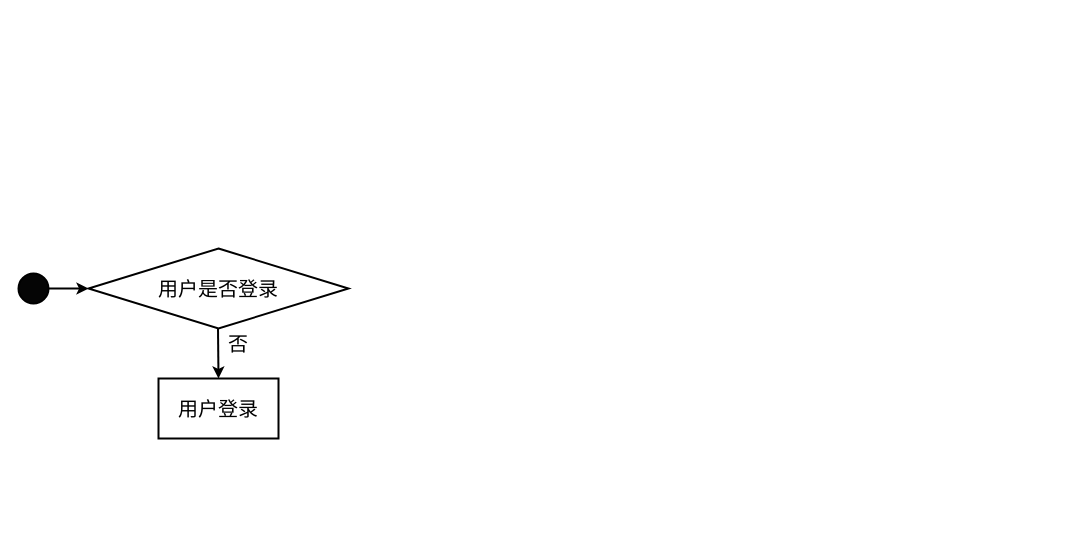
Earlier version of the draw.io diagram 2024-BUAA-SE/需求规格书/成果交互模块-业务流程.drawio (jongsh/drawio). Source tidied: cells renumbered, new cells numbered last; positions are measured from the earlier drawing's top-left corner, leaving out a move shared by most shapes. Both pictures are drawn from the tidied source at 100%, with x=0, y=0 at pixel (18, 248).
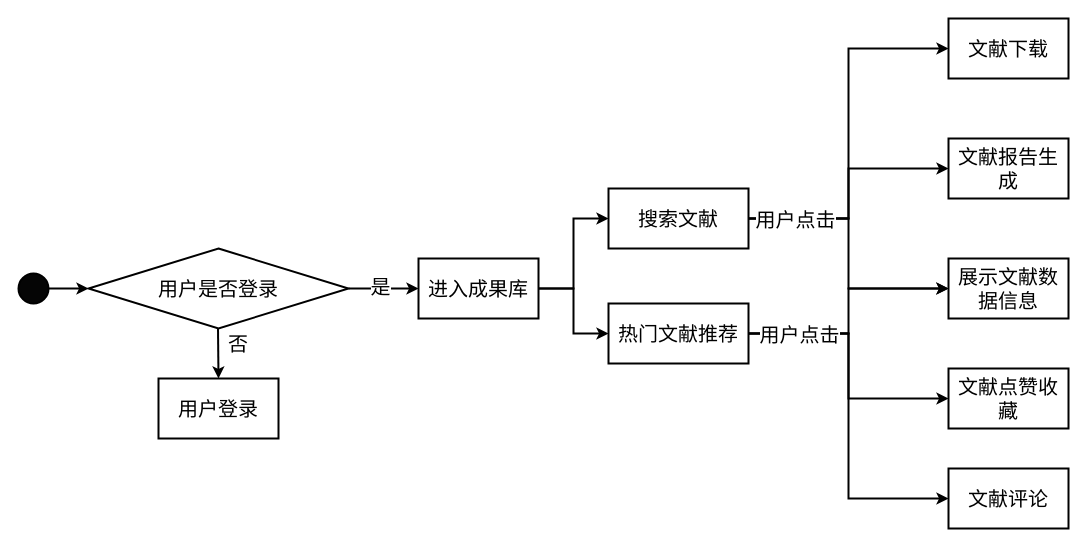
Above is the later version.

Commit message (it also covers changes not shown here):
更新成果交互模块-业务流程.drawio

What changed in the source:
```diff
@@
-    <mxCell id="2" style="ellipse;whiteSpace=wrap;html=1;fillColor=#050505;strokeWidth=2;" parent="1" vertex="1">
+    <mxCell id="2" style="ellipse;whiteSpace=wrap;html=1;fillColor=#050505;strokeWidth=2;fontSize=20;" parent="1" vertex="1">
       <mxGeometry y="25" width="30" height="30" as="geometry" />
     </mxCell>
+    <mxCell id="9" style="edgeStyle=orthogonalEdgeStyle;rounded=0;jettySize=auto;html=1;exitX=1;exitY=0.5;exitDx=0;exitDy=0;entryX=0;entryY=0.5;entryDx=0;entryDy=0;strokeWidth=2;fontSize=20;" parent="1" edge="1" source="3" target="13">
+      <mxGeometry relative="1" as="geometry" />
+    </mxCell>
+    <mxCell id="10" value="&lt;font style=&quot;font-size: 20px;&quot;&gt;是&lt;/font&gt;" style="edgeLabel;html=1;align=center;verticalAlign=middle;fontSize=20;" parent="9" vertex="1">
+      <mxGeometry x="-0.08" y="3" relative="1" as="geometry">
+        <mxPoint x="-1" as="offset" />
+      </mxGeometry>
+    </mxCell>
-    <mxCell id="3" value="&lt;font style=&quot;font-size: 20px;&quot;&gt;用户是否登录&lt;/font&gt;" style="rhombus;whiteSpace=wrap;html=1;strokeWidth=2;" parent="1" vertex="1">
+    <mxCell id="3" value="&lt;font style=&quot;font-size: 20px;&quot;&gt;用户是否登录&lt;/font&gt;" style="rhombus;whiteSpace=wrap;html=1;strokeWidth=2;fontSize=20;" parent="1" vertex="1">
       <mxGeometry x="70" width="260" height="80" as="geometry" />
     </mxCell>
-    <mxCell id="4" style="group;strokeWidth=2;" parent="1" vertex="1">
+    <mxCell id="4" style="group;strokeWidth=2;fontSize=20;" parent="1" vertex="1">
       <mxGeometry x="140" y="130" width="120" height="60" as="geometry" />
     </mxCell>
-    <mxCell id="5" value="&lt;font style=&quot;font-size: 20px;&quot;&gt;用户登录&lt;/font&gt;" style="rounded=0;whiteSpace=wrap;html=1;strokeWidth=2;" parent="4" vertex="1">
+    <mxCell id="5" value="&lt;font style=&quot;font-size: 20px;&quot;&gt;用户登录&lt;/font&gt;" style="rounded=0;whiteSpace=wrap;html=1;strokeWidth=2;fontSize=20;" parent="4" vertex="1">
       <mxGeometry width="120" height="60" as="geometry" />
     </mxCell>
-    <mxCell id="6" style="endArrow=classic;html=1;rounded=0;entryX=0.5;entryY=0;entryDx=0;entryDy=0;strokeWidth=2;" parent="1" edge="1" target="5">
+    <mxCell id="6" style="endArrow=classic;html=1;rounded=0;entryX=0.5;entryY=0;entryDx=0;entryDy=0;strokeWidth=2;fontSize=20;" parent="1" edge="1" target="5">
       <mxGeometry relative="1" as="geometry">
         <mxPoint x="199.5" y="80" as="sourcePoint" />
       </mxGeometry>
     </mxCell>
-    <mxCell id="7" value="&lt;font style=&quot;font-size: 20px;&quot;&gt;否&lt;/font&gt;" style="text;html=1;align=center;verticalAlign=middle;whiteSpace=wrap;rounded=0;strokeWidth=2;" parent="1" vertex="1">
+    <mxCell id="7" value="&lt;font style=&quot;font-size: 20px;&quot;&gt;否&lt;/font&gt;" style="text;html=1;align=center;verticalAlign=middle;whiteSpace=wrap;rounded=0;strokeWidth=2;fontSize=20;" parent="1" vertex="1">
       <mxGeometry x="189.5" y="80" width="60" height="30" as="geometry" />
     </mxCell>
-    <mxCell id="8" style="endArrow=classic;html=1;rounded=0;exitX=1;exitY=0.5;exitDx=0;exitDy=0;entryX=0;entryY=0.5;entryDx=0;entryDy=0;strokeWidth=2;" parent="1" edge="1" source="2" target="3">
+    <mxCell id="8" style="endArrow=classic;html=1;rounded=0;exitX=1;exitY=0.5;exitDx=0;exitDy=0;entryX=0;entryY=0.5;entryDx=0;entryDy=0;strokeWidth=2;fontSize=20;" parent="1" edge="1" source="2" target="3">
       <mxGeometry relative="1" as="geometry" />
     </mxCell>
+    <mxCell id="11" style="edgeStyle=orthogonalEdgeStyle;rounded=0;jettySize=auto;html=1;exitX=1;exitY=0.5;exitDx=0;exitDy=0;entryX=0;entryY=0.5;entryDx=0;entryDy=0;strokeWidth=2;fontSize=20;" parent="1" edge="1" source="13" target="19">
+      <mxGeometry relative="1" as="geometry" />
+    </mxCell>
+    <mxCell id="12" style="edgeStyle=orthogonalEdgeStyle;rounded=0;jettySize=auto;html=1;exitX=1;exitY=0.5;exitDx=0;exitDy=0;entryX=0;entryY=0.5;entryDx=0;entryDy=0;strokeWidth=2;fontSize=20;" parent="1" edge="1" source="13" target="28">
+      <mxGeometry relative="1" as="geometry" />
+    </mxCell>
+    <mxCell id="13" value="进入成果库" style="rounded=0;whiteSpace=wrap;html=1;strokeWidth=2;fontSize=20;" parent="1" vertex="1">
+      <mxGeometry x="400" y="10" width="120" height="60" as="geometry" />
+    </mxCell>
+    <mxCell id="14" value="展示文献数据信息" style="rounded=0;whiteSpace=wrap;html=1;strokeWidth=2;fontSize=20;" parent="1" vertex="1">
+      <mxGeometry x="930" y="10" width="120" height="60" as="geometry" />
+    </mxCell>
+    <mxCell id="15" style="edgeStyle=orthogonalEdgeStyle;rounded=0;jettySize=auto;html=1;exitX=1;exitY=0.5;exitDx=0;exitDy=0;entryX=0;entryY=0.5;entryDx=0;entryDy=0;strokeWidth=2;fontSize=20;" parent="1" edge="1" source="19" target="20">
+      <mxGeometry relative="1" as="geometry" />
+    </mxCell>
+    <mxCell id="16" style="edgeStyle=orthogonalEdgeStyle;rounded=0;jettySize=auto;html=1;exitX=1;exitY=0.5;exitDx=0;exitDy=0;entryX=0;entryY=0.5;entryDx=0;entryDy=0;strokeWidth=2;fontSize=20;" parent="1" edge="1" source="19" target="14">
+      <mxGeometry relative="1" as="geometry" />
+    </mxCell>
+    <mxCell id="17" style="edgeStyle=orthogonalEdgeStyle;rounded=0;jettySize=auto;html=1;exitX=1;exitY=0.5;exitDx=0;exitDy=0;entryX=0;entryY=0.5;entryDx=0;entryDy=0;strokeWidth=2;fontSize=20;" parent="1" edge="1" source="19" target="21">
+      <mxGeometry relative="1" as="geometry" />
+    </mxCell>
+    <mxCell id="18" value="用户点击" style="edgeLabel;html=1;align=center;verticalAlign=middle;fontSize=20;" parent="17" vertex="1">
+      <mxGeometry x="-0.75" relative="1" as="geometry" />
+    </mxCell>
+    <mxCell id="19" value="搜索文献" style="rounded=0;whiteSpace=wrap;html=1;strokeWidth=2;fontSize=20;" parent="1" vertex="1">
+      <mxGeometry x="590" y="-60" width="140" height="60" as="geometry" />
+    </mxCell>
+    <mxCell id="20" value="文献报告生成" style="rounded=0;whiteSpace=wrap;html=1;strokeWidth=2;fontSize=20;" parent="1" vertex="1">
+      <mxGeometry x="930" y="-110" width="120" height="60" as="geometry" />
+    </mxCell>
+    <mxCell id="21" value="文献下载" style="rounded=0;whiteSpace=wrap;html=1;strokeWidth=2;fontSize=20;" parent="1" vertex="1">
+      <mxGeometry x="930" y="-230" width="120" height="60" as="geometry" />
+    </mxCell>
+    <mxCell id="22" value="文献点赞收藏" style="rounded=0;whiteSpace=wrap;html=1;strokeWidth=2;fontSize=20;" parent="1" vertex="1">
+      <mxGeometry x="930" y="120" width="120" height="60" as="geometry" />
+    </mxCell>
+    <mxCell id="23" value="文献评论" style="rounded=0;whiteSpace=wrap;html=1;strokeWidth=2;fontSize=20;" parent="1" vertex="1">
+      <mxGeometry x="930" y="220" width="120" height="60" as="geometry" />
+    </mxCell>
+    <mxCell id="24" style="edgeStyle=orthogonalEdgeStyle;rounded=0;jettySize=auto;html=1;exitX=1;exitY=0.5;exitDx=0;exitDy=0;entryX=0;entryY=0.5;entryDx=0;entryDy=0;strokeWidth=2;fontSize=20;" parent="1" edge="1" source="28" target="14">
+      <mxGeometry relative="1" as="geometry" />
+    </mxCell>
+    <mxCell id="25" style="edgeStyle=orthogonalEdgeStyle;rounded=0;jettySize=auto;html=1;exitX=1;exitY=0.5;exitDx=0;exitDy=0;entryX=0;entryY=0.5;entryDx=0;entryDy=0;strokeWidth=2;fontSize=20;" parent="1" edge="1" source="28" target="23">
+      <mxGeometry relative="1" as="geometry" />
+    </mxCell>
+    <mxCell id="26" style="edgeStyle=orthogonalEdgeStyle;rounded=0;jettySize=auto;html=1;exitX=1;exitY=0.5;exitDx=0;exitDy=0;entryX=0;entryY=0.5;entryDx=0;entryDy=0;strokeWidth=2;fontSize=20;" parent="1" edge="1" source="28" target="22">
+      <mxGeometry relative="1" as="geometry" />
+    </mxCell>
+    <mxCell id="27" value="用户点击" style="edgeLabel;html=1;align=center;verticalAlign=middle;fontSize=20;" parent="26" vertex="1">
+      <mxGeometry x="-0.74" y="-1" relative="1" as="geometry">
+        <mxPoint x="16" y="-1" as="offset" />
+      </mxGeometry>
+    </mxCell>
+    <mxCell id="28" value="热门文献推荐" style="rounded=0;whiteSpace=wrap;html=1;strokeWidth=2;fontSize=20;" parent="1" vertex="1">
+      <mxGeometry x="590" y="55" width="140" height="60" as="geometry" />
+    </mxCell>
```
